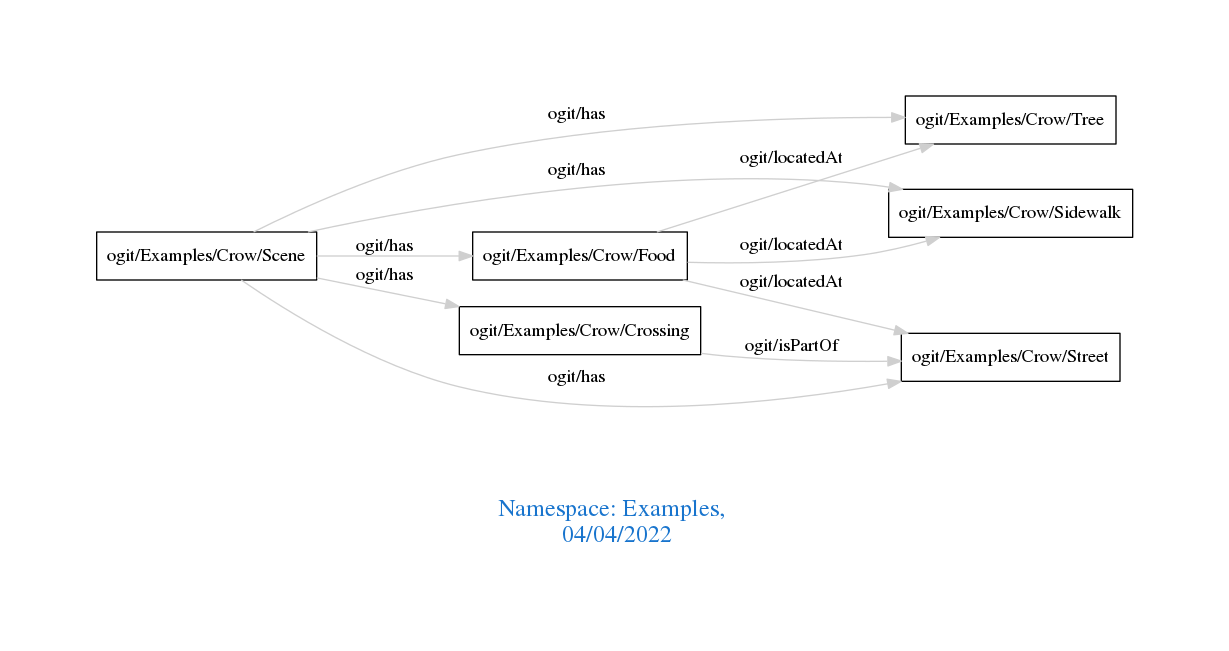
Above: downloads/Examples.png in arago/OGIT (Graphviz), before the change. Its source is kept beside it as downloads/Examples.dot.
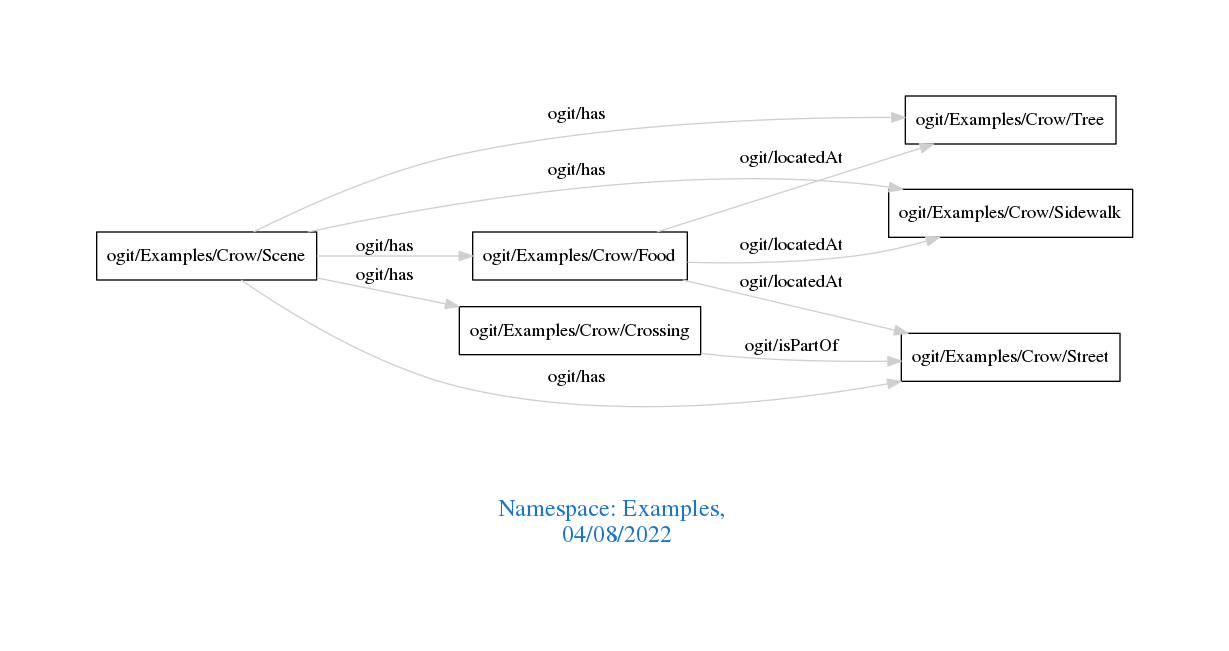
Later version of the same file.

Diff of the diagram source:
```diff
@@ -1,7 +1,7 @@
 digraph OGIT_ontology {
  graph [ rankdir= LR,pad=1
 fontsize = 18,
-fontcolor= dodgerblue3,label = "\n\n\nNamespace: Examples, \n 04/04/2022"];
+fontcolor= dodgerblue3,label = "\n\n\nNamespace: Examples, \n 04/08/2022"];
 node[shape=polygon];
 edge [  color="gray81"];
 
```
